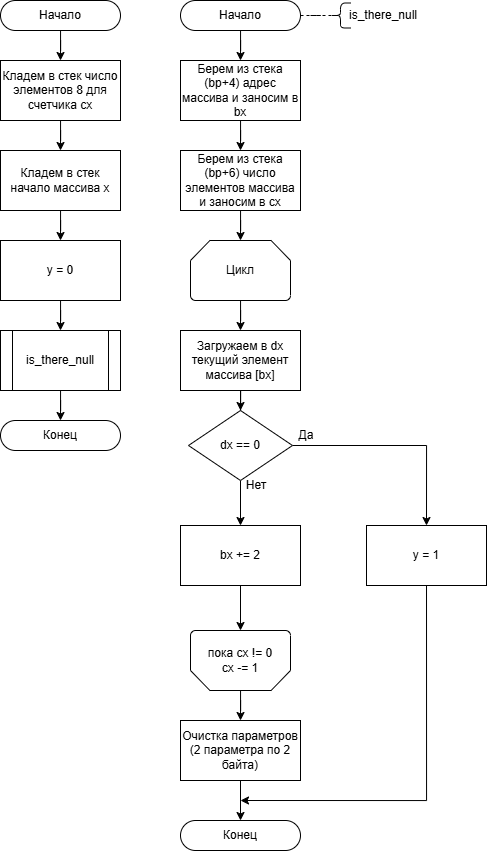
Above: EVM/Lab4/diagram2.png in Ali12525/Studies (draw.io), before the change. Source tidied: cells renumbered, new cells last; positions are measured from the earlier drawing's top-left corner, leaving out a move shared by most shapes. Its diagram source:
```xml
<mxGraphModel>
  <root>
    <mxCell id="0" />
    <mxCell id="1" parent="0" />
    <mxCell id="2" value="Да" style="text;html=1;align=center;verticalAlign=middle;whiteSpace=wrap;rounded=0;" parent="1" vertex="1">
      <mxGeometry x="276" y="420" width="60" height="30" as="geometry" />
    </mxCell>
    <mxCell id="3" value="Нет" style="text;html=1;align=center;verticalAlign=middle;whiteSpace=wrap;rounded=0;" parent="1" vertex="1">
      <mxGeometry x="226" y="470" width="60" height="30" as="geometry" />
    </mxCell>
    <mxCell id="4" style="edgeStyle=orthogonalEdgeStyle;rounded=0;jettySize=auto;html=1;entryX=0.5;entryY=0;entryDx=0;entryDy=0;" parent="1" edge="1" source="5" target="8">
      <mxGeometry relative="1" as="geometry" />
    </mxCell>
    <mxCell id="5" value="Начало" style="rounded=1;whiteSpace=wrap;html=1;arcSize=50;" parent="1" vertex="1">
      <mxGeometry width="120" height="30" as="geometry" />
    </mxCell>
    <mxCell id="6" value="Конец" style="rounded=1;whiteSpace=wrap;html=1;arcSize=50;" parent="1" vertex="1">
      <mxGeometry y="420" width="120" height="30" as="geometry" />
    </mxCell>
    <mxCell id="7" style="edgeStyle=orthogonalEdgeStyle;rounded=0;jettySize=auto;html=1;entryX=0.5;entryY=0;entryDx=0;entryDy=0;" parent="1" edge="1" source="8" target="10">
      <mxGeometry relative="1" as="geometry" />
    </mxCell>
    <mxCell id="8" value="Кладем в стек число элементов 8 для счетчика cx" style="rounded=0;whiteSpace=wrap;html=1;" parent="1" vertex="1">
      <mxGeometry y="60" width="120" height="60" as="geometry" />
    </mxCell>
    <mxCell id="9" style="edgeStyle=orthogonalEdgeStyle;rounded=0;jettySize=auto;html=1;entryX=0.5;entryY=0;entryDx=0;entryDy=0;" parent="1" edge="1" source="10" target="25">
      <mxGeometry relative="1" as="geometry" />
    </mxCell>
    <mxCell id="10" value="Кладем в стек начало массива x" style="rounded=0;whiteSpace=wrap;html=1;" parent="1" vertex="1">
      <mxGeometry y="150" width="120" height="60" as="geometry" />
    </mxCell>
    <mxCell id="11" style="edgeStyle=orthogonalEdgeStyle;rounded=0;jettySize=auto;html=1;entryX=0.5;entryY=0;entryDx=0;entryDy=0;" parent="1" edge="1" source="12" target="17">
      <mxGeometry relative="1" as="geometry" />
    </mxCell>
    <mxCell id="12" value="Загружаем в dx текущий элемент массива [bx]" style="rounded=0;whiteSpace=wrap;html=1;" parent="1" vertex="1">
      <mxGeometry x="180" y="330" width="120" height="60" as="geometry" />
    </mxCell>
    <mxCell id="13" style="edgeStyle=orthogonalEdgeStyle;rounded=0;jettySize=auto;html=1;entryX=0.5;entryY=0;entryDx=0;entryDy=0;" parent="1" edge="1" source="14" target="12">
      <mxGeometry relative="1" as="geometry" />
    </mxCell>
    <mxCell id="14" value="Цикл" style="strokeWidth=1;html=1;shape=mxgraph.flowchart.loop_limit;whiteSpace=wrap;spacing=2;" parent="1" vertex="1">
      <mxGeometry x="190" y="240" width="100" height="60" as="geometry" />
    </mxCell>
    <mxCell id="15" style="edgeStyle=orthogonalEdgeStyle;rounded=0;jettySize=auto;html=1;entryX=0.5;entryY=0;entryDx=0;entryDy=0;" parent="1" edge="1" source="17" target="19">
      <mxGeometry relative="1" as="geometry" />
    </mxCell>
    <mxCell id="16" style="edgeStyle=orthogonalEdgeStyle;rounded=0;jettySize=auto;html=1;entryX=0.5;entryY=0;entryDx=0;entryDy=0;" parent="1" edge="1" source="17" target="20">
      <mxGeometry relative="1" as="geometry" />
    </mxCell>
    <mxCell id="17" value="dx == 0" style="rhombus;whiteSpace=wrap;html=1;" parent="1" vertex="1">
      <mxGeometry x="188" y="410" width="104" height="70" as="geometry" />
    </mxCell>
    <mxCell id="18" style="edgeStyle=orthogonalEdgeStyle;rounded=0;orthogonalLoop=1;jettySize=auto;html=1;" parent="1" edge="1">
      <mxGeometry relative="1" as="geometry">
        <mxPoint x="426" y="540" as="sourcePoint" />
        <mxPoint x="240" y="800" as="targetPoint" />
        <Array as="points">
          <mxPoint x="426" y="800" />
        </Array>
      </mxGeometry>
    </mxCell>
    <mxCell id="19" value="y = 1" style="rounded=0;whiteSpace=wrap;html=1;" parent="1" vertex="1">
      <mxGeometry x="366" y="525" width="120" height="60" as="geometry" />
    </mxCell>
    <mxCell id="20" value="bx += 2" style="rounded=0;whiteSpace=wrap;html=1;" parent="1" vertex="1">
      <mxGeometry x="180" y="525" width="120" height="60" as="geometry" />
    </mxCell>
    <mxCell id="21" style="edgeStyle=orthogonalEdgeStyle;rounded=0;jettySize=auto;html=1;entryX=0.5;entryY=0;entryDx=0;entryDy=0;" parent="1" edge="1" source="22" target="38">
      <mxGeometry relative="1" as="geometry" />
    </mxCell>
    <mxCell id="22" value="&lt;div&gt;пока cx != 0&lt;/div&gt;cx -= 1" style="strokeWidth=1;html=1;shape=mxgraph.flowchart.loop_limit;whiteSpace=wrap;direction=west;" parent="1" vertex="1">
      <mxGeometry x="190" y="630" width="100" height="60" as="geometry" />
    </mxCell>
    <mxCell id="23" style="edgeStyle=orthogonalEdgeStyle;rounded=0;jettySize=auto;html=1;entryX=0.5;entryY=1;entryDx=0;entryDy=0;entryPerimeter=0;" parent="1" edge="1" source="20" target="22">
      <mxGeometry relative="1" as="geometry" />
    </mxCell>
    <mxCell id="24" style="edgeStyle=orthogonalEdgeStyle;rounded=0;jettySize=auto;html=1;entryX=0.5;entryY=0;entryDx=0;entryDy=0;" parent="1" edge="1" source="25" target="27">
      <mxGeometry relative="1" as="geometry" />
    </mxCell>
    <mxCell id="25" value="y = 0" style="rounded=0;whiteSpace=wrap;html=1;" parent="1" vertex="1">
      <mxGeometry y="240" width="120" height="60" as="geometry" />
    </mxCell>
    <mxCell id="26" style="edgeStyle=orthogonalEdgeStyle;rounded=0;jettySize=auto;html=1;entryX=0.5;entryY=0;entryDx=0;entryDy=0;" parent="1" edge="1" source="27" target="6">
      <mxGeometry relative="1" as="geometry" />
    </mxCell>
    <mxCell id="27" value="is_there_null" style="shape=process;whiteSpace=wrap;html=1;backgroundOutline=1;" parent="1" vertex="1">
      <mxGeometry y="330" width="120" height="60" as="geometry" />
    </mxCell>
    <mxCell id="28" style="edgeStyle=orthogonalEdgeStyle;rounded=0;jettySize=auto;html=1;dashed=1;endArrow=none;startFill=0;entryX=0.1;entryY=0.5;entryDx=0;entryDy=0;entryPerimeter=0;" parent="1" edge="1" source="30" target="33">
      <mxGeometry relative="1" as="geometry" />
    </mxCell>
    <mxCell id="29" style="edgeStyle=orthogonalEdgeStyle;rounded=0;jettySize=auto;html=1;entryX=0.5;entryY=0;entryDx=0;entryDy=0;" parent="1" edge="1" source="30" target="35">
      <mxGeometry relative="1" as="geometry" />
    </mxCell>
    <mxCell id="30" value="Начало" style="rounded=1;whiteSpace=wrap;html=1;arcSize=50;" parent="1" vertex="1">
      <mxGeometry x="180" width="120" height="30" as="geometry" />
    </mxCell>
    <mxCell id="31" value="Конец" style="rounded=1;whiteSpace=wrap;html=1;arcSize=50;" parent="1" vertex="1">
      <mxGeometry x="180" y="820" width="120" height="30" as="geometry" />
    </mxCell>
    <mxCell id="32" value="is_there_null" style="text;html=1;align=center;verticalAlign=middle;whiteSpace=wrap;rounded=0;" parent="1" vertex="1">
      <mxGeometry x="336" width="94" height="30" as="geometry" />
    </mxCell>
    <mxCell id="33" style="shape=curlyBracket;whiteSpace=wrap;html=1;rounded=1;labelPosition=left;verticalLabelPosition=middle;align=right;verticalAlign=middle;" parent="1" vertex="1">
      <mxGeometry x="330" y="2.5" width="20" height="25" as="geometry" />
    </mxCell>
    <mxCell id="34" style="edgeStyle=orthogonalEdgeStyle;rounded=0;jettySize=auto;html=1;entryX=0.5;entryY=0;entryDx=0;entryDy=0;" parent="1" edge="1" source="35" target="36">
      <mxGeometry relative="1" as="geometry" />
    </mxCell>
    <mxCell id="35" value="Берем из стека (bp+4) адрес массива и заносим в bx" style="rounded=0;whiteSpace=wrap;html=1;" parent="1" vertex="1">
      <mxGeometry x="180" y="60" width="120" height="60" as="geometry" />
    </mxCell>
    <mxCell id="36" value="Берем из стека (bp+6) число элементов массива и заносим в cx" style="rounded=0;whiteSpace=wrap;html=1;" parent="1" vertex="1">
      <mxGeometry x="180" y="150" width="120" height="60" as="geometry" />
    </mxCell>
    <mxCell id="37" style="edgeStyle=orthogonalEdgeStyle;rounded=0;jettySize=auto;html=1;entryX=0.5;entryY=0;entryDx=0;entryDy=0;" parent="1" edge="1" source="38" target="31">
      <mxGeometry relative="1" as="geometry" />
    </mxCell>
    <mxCell id="38" value="Очистка параметров (2 параметра по 2 байта)" style="rounded=0;whiteSpace=wrap;html=1;" parent="1" vertex="1">
      <mxGeometry x="180" y="720" width="120" height="60" as="geometry" />
    </mxCell>
    <mxCell id="39" style="edgeStyle=orthogonalEdgeStyle;rounded=0;jettySize=auto;html=1;entryX=0.5;entryY=0;entryDx=0;entryDy=0;entryPerimeter=0;" parent="1" edge="1" source="36" target="14">
      <mxGeometry relative="1" as="geometry" />
    </mxCell>
  </root>
</mxGraphModel>
```
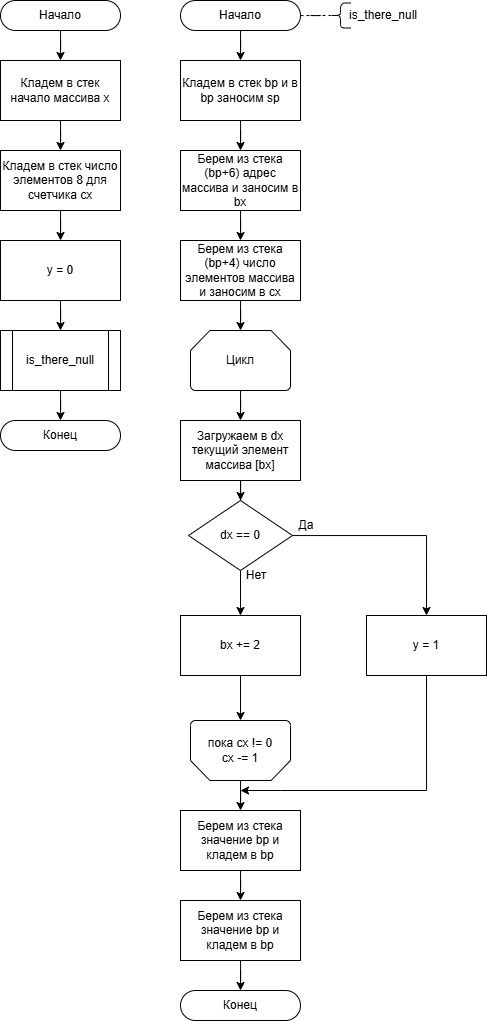
After the change.

Diff of the diagram source:
```diff
@@ -12,22 +12,22 @@
       <mxGeometry relative="1" as="geometry" />
     </mxCell>
     <mxCell id="5" value="Начало" style="rounded=1;whiteSpace=wrap;html=1;arcSize=50;" parent="1" vertex="1">
-      <mxGeometry width="120" height="30" as="geometry" />
+      <mxGeometry y="-90" width="120" height="30" as="geometry" />
     </mxCell>
     <mxCell id="6" value="Конец" style="rounded=1;whiteSpace=wrap;html=1;arcSize=50;" parent="1" vertex="1">
-      <mxGeometry y="420" width="120" height="30" as="geometry" />
+      <mxGeometry y="330" width="120" height="30" as="geometry" />
     </mxCell>
     <mxCell id="7" style="edgeStyle=orthogonalEdgeStyle;rounded=0;jettySize=auto;html=1;entryX=0.5;entryY=0;entryDx=0;entryDy=0;" parent="1" edge="1" source="8" target="10">
       <mxGeometry relative="1" as="geometry" />
     </mxCell>
-    <mxCell id="8" value="Кладем в стек число элементов 8 для счетчика cx" style="rounded=0;whiteSpace=wrap;html=1;" parent="1" vertex="1">
-      <mxGeometry y="60" width="120" height="60" as="geometry" />
+    <mxCell id="8" value="Кладем в стек начало массива x" style="rounded=0;whiteSpace=wrap;html=1;" parent="1" vertex="1">
+      <mxGeometry y="-30" width="120" height="60" as="geometry" />
     </mxCell>
     <mxCell id="9" style="edgeStyle=orthogonalEdgeStyle;rounded=0;jettySize=auto;html=1;entryX=0.5;entryY=0;entryDx=0;entryDy=0;" parent="1" edge="1" source="10" target="25">
       <mxGeometry relative="1" as="geometry" />
     </mxCell>
-    <mxCell id="10" value="Кладем в стек начало массива x" style="rounded=0;whiteSpace=wrap;html=1;" parent="1" vertex="1">
-      <mxGeometry y="150" width="120" height="60" as="geometry" />
+    <mxCell id="10" value="Кладем в стек число элементов 8 для счетчика cx" style="rounded=0;whiteSpace=wrap;html=1;" parent="1" vertex="1">
+      <mxGeometry y="60" width="120" height="60" as="geometry" />
     </mxCell>
     <mxCell id="11" style="edgeStyle=orthogonalEdgeStyle;rounded=0;jettySize=auto;html=1;entryX=0.5;entryY=0;entryDx=0;entryDy=0;" parent="1" edge="1" source="12" target="17">
       <mxGeometry relative="1" as="geometry" />
@@ -53,9 +53,10 @@
     <mxCell id="18" style="edgeStyle=orthogonalEdgeStyle;rounded=0;orthogonalLoop=1;jettySize=auto;html=1;" parent="1" edge="1">
       <mxGeometry relative="1" as="geometry">
         <mxPoint x="426" y="540" as="sourcePoint" />
-        <mxPoint x="240" y="800" as="targetPoint" />
+        <mxPoint x="240" y="700" as="targetPoint" />
         <Array as="points">
-          <mxPoint x="426" y="800" />
+          <mxPoint x="426" y="700" />
+          <mxPoint x="280" y="700" />
         </Array>
       </mxGeometry>
     </mxCell>
@@ -78,49 +79,61 @@
       <mxGeometry relative="1" as="geometry" />
     </mxCell>
     <mxCell id="25" value="y = 0" style="rounded=0;whiteSpace=wrap;html=1;" parent="1" vertex="1">
-      <mxGeometry y="240" width="120" height="60" as="geometry" />
+      <mxGeometry y="150" width="120" height="60" as="geometry" />
     </mxCell>
     <mxCell id="26" style="edgeStyle=orthogonalEdgeStyle;rounded=0;jettySize=auto;html=1;entryX=0.5;entryY=0;entryDx=0;entryDy=0;" parent="1" edge="1" source="27" target="6">
       <mxGeometry relative="1" as="geometry" />
     </mxCell>
     <mxCell id="27" value="is_there_null" style="shape=process;whiteSpace=wrap;html=1;backgroundOutline=1;" parent="1" vertex="1">
-      <mxGeometry y="330" width="120" height="60" as="geometry" />
+      <mxGeometry y="240" width="120" height="60" as="geometry" />
     </mxCell>
     <mxCell id="28" style="edgeStyle=orthogonalEdgeStyle;rounded=0;jettySize=auto;html=1;dashed=1;endArrow=none;startFill=0;entryX=0.1;entryY=0.5;entryDx=0;entryDy=0;entryPerimeter=0;" parent="1" edge="1" source="30" target="33">
       <mxGeometry relative="1" as="geometry" />
     </mxCell>
-    <mxCell id="29" style="edgeStyle=orthogonalEdgeStyle;rounded=0;jettySize=auto;html=1;entryX=0.5;entryY=0;entryDx=0;entryDy=0;" parent="1" edge="1" source="30" target="35">
-      <mxGeometry relative="1" as="geometry" />
-    </mxCell>
+    <mxCell id="40" style="edgeStyle=orthogonalEdgeStyle;rounded=0;jettySize=auto;html=1;entryX=0.5;entryY=0;entryDx=0;entryDy=0;" parent="1" edge="1" source="30" target="43">
+      <mxGeometry relative="1" as="geometry" />
+    </mxCell>
     <mxCell id="30" value="Начало" style="rounded=1;whiteSpace=wrap;html=1;arcSize=50;" parent="1" vertex="1">
-      <mxGeometry x="180" width="120" height="30" as="geometry" />
+      <mxGeometry x="180" y="-90" width="120" height="30" as="geometry" />
     </mxCell>
     <mxCell id="31" value="Конец" style="rounded=1;whiteSpace=wrap;html=1;arcSize=50;" parent="1" vertex="1">
-      <mxGeometry x="180" y="820" width="120" height="30" as="geometry" />
+      <mxGeometry x="180" y="900" width="120" height="30" as="geometry" />
     </mxCell>
     <mxCell id="32" value="is_there_null" style="text;html=1;align=center;verticalAlign=middle;whiteSpace=wrap;rounded=0;" parent="1" vertex="1">
-      <mxGeometry x="336" width="94" height="30" as="geometry" />
+      <mxGeometry x="336" y="-90" width="94" height="30" as="geometry" />
     </mxCell>
     <mxCell id="33" style="shape=curlyBracket;whiteSpace=wrap;html=1;rounded=1;labelPosition=left;verticalLabelPosition=middle;align=right;verticalAlign=middle;" parent="1" vertex="1">
-      <mxGeometry x="330" y="2.5" width="20" height="25" as="geometry" />
+      <mxGeometry x="330" y="-87.5" width="20" height="25" as="geometry" />
     </mxCell>
     <mxCell id="34" style="edgeStyle=orthogonalEdgeStyle;rounded=0;jettySize=auto;html=1;entryX=0.5;entryY=0;entryDx=0;entryDy=0;" parent="1" edge="1" source="35" target="36">
       <mxGeometry relative="1" as="geometry" />
     </mxCell>
-    <mxCell id="35" value="Берем из стека (bp+4) адрес массива и заносим в bx" style="rounded=0;whiteSpace=wrap;html=1;" parent="1" vertex="1">
+    <mxCell id="35" value="Берем из стека (bp+6) адрес массива и заносим в bx" style="rounded=0;whiteSpace=wrap;html=1;" parent="1" vertex="1">
       <mxGeometry x="180" y="60" width="120" height="60" as="geometry" />
     </mxCell>
-    <mxCell id="36" value="Берем из стека (bp+6) число элементов массива и заносим в cx" style="rounded=0;whiteSpace=wrap;html=1;" parent="1" vertex="1">
+    <mxCell id="36" value="Берем из стека (bp+4) число элементов массива и заносим в cx" style="rounded=0;whiteSpace=wrap;html=1;" parent="1" vertex="1">
       <mxGeometry x="180" y="150" width="120" height="60" as="geometry" />
     </mxCell>
-    <mxCell id="37" style="edgeStyle=orthogonalEdgeStyle;rounded=0;jettySize=auto;html=1;entryX=0.5;entryY=0;entryDx=0;entryDy=0;" parent="1" edge="1" source="38" target="31">
-      <mxGeometry relative="1" as="geometry" />
-    </mxCell>
+    <mxCell id="41" style="edgeStyle=orthogonalEdgeStyle;rounded=0;jettySize=auto;html=1;entryX=0.5;entryY=0;entryDx=0;entryDy=0;" parent="1" edge="1" source="38" target="45">
+      <mxGeometry relative="1" as="geometry" />
+    </mxCell>
-    <mxCell id="38" value="Очистка параметров (2 параметра по 2 байта)" style="rounded=0;whiteSpace=wrap;html=1;" parent="1" vertex="1">
+    <mxCell id="38" value="&lt;div&gt;Берем из стека значение bp и кладем в bp&lt;/div&gt;" style="rounded=0;whiteSpace=wrap;html=1;" parent="1" vertex="1">
       <mxGeometry x="180" y="720" width="120" height="60" as="geometry" />
     </mxCell>
     <mxCell id="39" style="edgeStyle=orthogonalEdgeStyle;rounded=0;jettySize=auto;html=1;entryX=0.5;entryY=0;entryDx=0;entryDy=0;entryPerimeter=0;" parent="1" edge="1" source="36" target="14">
       <mxGeometry relative="1" as="geometry" />
     </mxCell>
+    <mxCell id="42" style="edgeStyle=orthogonalEdgeStyle;rounded=0;jettySize=auto;html=1;entryX=0.5;entryY=0;entryDx=0;entryDy=0;" parent="1" edge="1" source="43" target="35">
+      <mxGeometry relative="1" as="geometry" />
+    </mxCell>
+    <mxCell id="43" value="Кладем в стек bp и в bp заносим sp" style="rounded=0;whiteSpace=wrap;html=1;" parent="1" vertex="1">
+      <mxGeometry x="180" y="-30" width="120" height="60" as="geometry" />
+    </mxCell>
+    <mxCell id="44" style="edgeStyle=orthogonalEdgeStyle;rounded=0;jettySize=auto;html=1;entryX=0.5;entryY=0;entryDx=0;entryDy=0;" parent="1" edge="1" source="45" target="31">
+      <mxGeometry relative="1" as="geometry" />
+    </mxCell>
+    <mxCell id="45" value="&lt;div&gt;Берем из стека значение bp и кладем в bp&lt;/div&gt;" style="rounded=0;whiteSpace=wrap;html=1;" parent="1" vertex="1">
+      <mxGeometry x="180" y="810" width="120" height="60" as="geometry" />
+    </mxCell>
   </root>
 </mxGraphModel>
```
